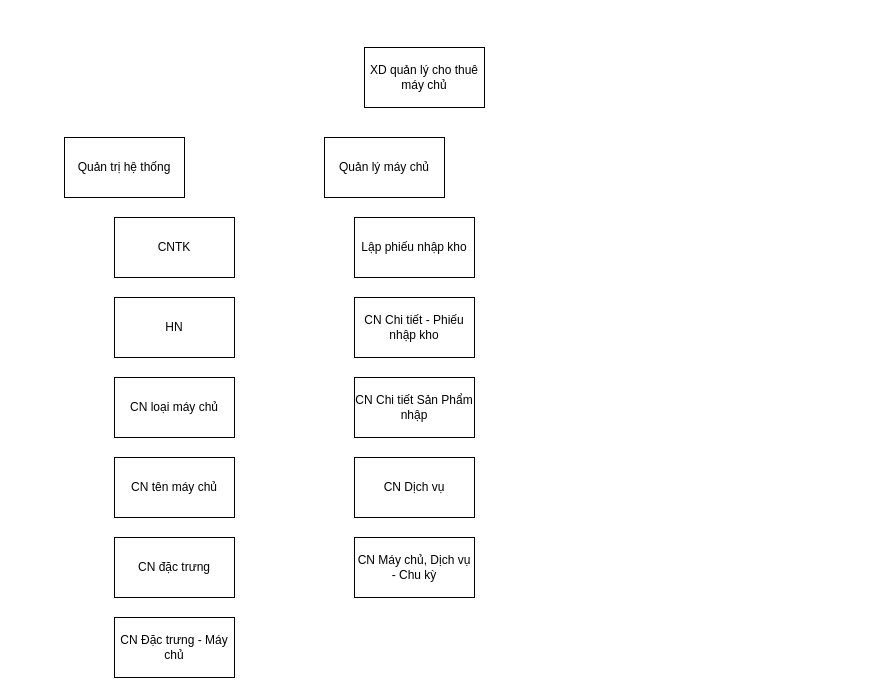
Before: XD quan ly cho thue may chu.drawio in frozenproof/dactaphanmem, a draw.io diagram. Source tidied: cells renumbered, new cells numbered last; positions are measured from the earlier drawing's top-left corner, leaving out a move shared by most shapes. Both pictures are drawn from the tidied source at 100%, with x=0, y=0 at pixel (64, 47).
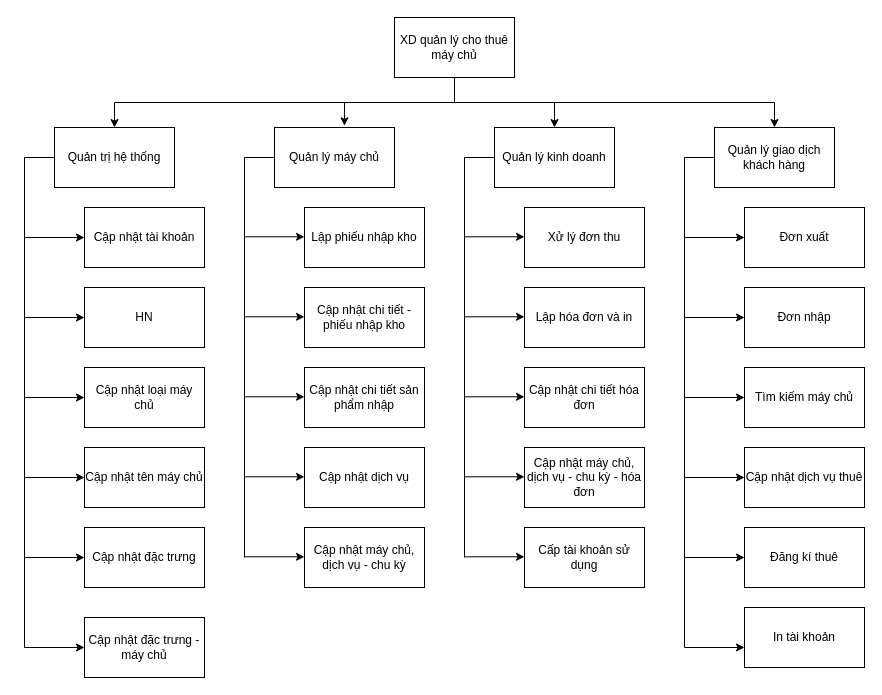
The same diagram, later.

What changed in the source:
```diff
@@
+    <mxCell id="16" style="edgeStyle=orthogonalEdgeStyle;rounded=0;jettySize=auto;html=1;entryX=0.5;entryY=0;entryDx=0;entryDy=0;" parent="1" edge="1" source="2" target="20">
+      <mxGeometry relative="1" as="geometry" />
+    </mxCell>
+    <mxCell id="17" style="edgeStyle=orthogonalEdgeStyle;rounded=0;jettySize=auto;html=1;exitX=0.5;exitY=1;exitDx=0;exitDy=0;" parent="1" edge="1" source="2" target="22">
+      <mxGeometry relative="1" as="geometry" />
+    </mxCell>
+    <mxCell id="18" style="edgeStyle=orthogonalEdgeStyle;rounded=0;jettySize=auto;html=1;exitX=0.5;exitY=1;exitDx=0;exitDy=0;" parent="1" edge="1" source="2" target="3">
+      <mxGeometry relative="1" as="geometry" />
+    </mxCell>
     <mxCell id="2" value="XD quản lý cho thuê máy chủ" style="rounded=0;whiteSpace=wrap;html=1;" parent="1" vertex="1">
-      <mxGeometry x="300" width="120" height="60" as="geometry" />
+      <mxGeometry x="330" y="-30" width="120" height="60" as="geometry" />
     </mxCell>
+    <mxCell id="19" style="edgeStyle=orthogonalEdgeStyle;rounded=0;jettySize=auto;html=1;entryX=0;entryY=0.5;entryDx=0;entryDy=0;" parent="1" edge="1" source="3" target="9">
+      <mxGeometry relative="1" as="geometry">
+        <Array as="points">
+          <mxPoint x="-40" y="110" />
+          <mxPoint x="-40" y="600" />
+        </Array>
+      </mxGeometry>
+    </mxCell>
     <mxCell id="3" value="Quản trị hệ thống" style="rounded=0;whiteSpace=wrap;html=1;" parent="1" vertex="1">
-      <mxGeometry y="90" width="120" height="60" as="geometry" />
+      <mxGeometry x="-10" y="80" width="120" height="60" as="geometry" />
     </mxCell>
-    <mxCell id="4" value="CNTK" style="rounded=0;whiteSpace=wrap;html=1;" parent="1" vertex="1">
-      <mxGeometry x="50" y="170" width="120" height="60" as="geometry" />
+    <mxCell id="4" value="Cập nhật tài khoản" style="rounded=0;whiteSpace=wrap;html=1;" parent="1" vertex="1">
+      <mxGeometry x="20" y="160" width="120" height="60" as="geometry" />
     </mxCell>
     <mxCell id="5" value="HN" style="rounded=0;whiteSpace=wrap;html=1;" parent="1" vertex="1">
-      <mxGeometry x="50" y="250" width="120" height="60" as="geometry" />
+      <mxGeometry x="20" y="240" width="120" height="60" as="geometry" />
     </mxCell>
-    <mxCell id="6" value="CN loại máy chủ" style="rounded=0;whiteSpace=wrap;html=1;" parent="1" vertex="1">
-      <mxGeometry x="50" y="330" width="120" height="60" as="geometry" />
+    <mxCell id="6" value="Cập nhật loại máy chủ" style="rounded=0;whiteSpace=wrap;html=1;" parent="1" vertex="1">
+      <mxGeometry x="20" y="320" width="120" height="60" as="geometry" />
     </mxCell>
-    <mxCell id="7" value="CN tên máy chủ" style="rounded=0;whiteSpace=wrap;html=1;" parent="1" vertex="1">
-      <mxGeometry x="50" y="410" width="120" height="60" as="geometry" />
+    <mxCell id="7" value="Cập nhật tên máy chủ" style="rounded=0;whiteSpace=wrap;html=1;" parent="1" vertex="1">
+      <mxGeometry x="20" y="400" width="120" height="60" as="geometry" />
     </mxCell>
-    <mxCell id="8" value="CN đặc trưng" style="rounded=0;whiteSpace=wrap;html=1;" parent="1" vertex="1">
-      <mxGeometry x="50" y="490" width="120" height="60" as="geometry" />
+    <mxCell id="8" value="Cập nhật đặc trưng" style="rounded=0;whiteSpace=wrap;html=1;" parent="1" vertex="1">
+      <mxGeometry x="20" y="480" width="120" height="60" as="geometry" />
     </mxCell>
-    <mxCell id="9" value="CN Đặc trưng - Máy chủ" style="rounded=0;whiteSpace=wrap;html=1;" parent="1" vertex="1">
-      <mxGeometry x="50" y="570" width="120" height="60" as="geometry" />
+    <mxCell id="9" value="Cập nhật đặc trưng - máy chủ" style="rounded=0;whiteSpace=wrap;html=1;" parent="1" vertex="1">
+      <mxGeometry x="20" y="570" width="120" height="60" as="geometry" />
     </mxCell>
     <mxCell id="10" value="Quản lý máy chủ" style="rounded=0;whiteSpace=wrap;html=1;" parent="1" vertex="1">
-      <mxGeometry x="260" y="90" width="120" height="60" as="geometry" />
+      <mxGeometry x="210" y="80" width="120" height="60" as="geometry" />
     </mxCell>
     <mxCell id="11" value="Lập phiếu nhập kho" style="rounded=0;whiteSpace=wrap;html=1;" parent="1" vertex="1">
-      <mxGeometry x="290" y="170" width="120" height="60" as="geometry" />
+      <mxGeometry x="240" y="160" width="120" height="60" as="geometry" />
     </mxCell>
-    <mxCell id="12" value="CN Chi tiết - Phiếu nhập kho" style="rounded=0;whiteSpace=wrap;html=1;" parent="1" vertex="1">
-      <mxGeometry x="290" y="250" width="120" height="60" as="geometry" />
+    <mxCell id="12" value="Cập nhật chi tiết - phiếu nhập kho" style="rounded=0;whiteSpace=wrap;html=1;" parent="1" vertex="1">
+      <mxGeometry x="240" y="240" width="120" height="60" as="geometry" />
     </mxCell>
-    <mxCell id="13" value="CN Chi tiết Sản Phẩm nhập" style="rounded=0;whiteSpace=wrap;html=1;" parent="1" vertex="1">
-      <mxGeometry x="290" y="330" width="120" height="60" as="geometry" />
+    <mxCell id="13" value="Cập nhật chi tiết sản phẩm nhập" style="rounded=0;whiteSpace=wrap;html=1;" parent="1" vertex="1">
+      <mxGeometry x="240" y="320" width="120" height="60" as="geometry" />
     </mxCell>
-    <mxCell id="14" value="CN Dịch vụ" style="rounded=0;whiteSpace=wrap;html=1;" parent="1" vertex="1">
-      <mxGeometry x="290" y="410" width="120" height="60" as="geometry" />
+    <mxCell id="14" value="Cập nhật dịch vụ" style="rounded=0;whiteSpace=wrap;html=1;" parent="1" vertex="1">
+      <mxGeometry x="240" y="400" width="120" height="60" as="geometry" />
     </mxCell>
-    <mxCell id="15" value="CN Máy chủ, Dịch vụ - Chu kỳ" style="rounded=0;whiteSpace=wrap;html=1;" parent="1" vertex="1">
-      <mxGeometry x="290" y="490" width="120" height="60" as="geometry" />
+    <mxCell id="15" value="Cập nhật máy chủ, dịch vụ - chu kỳ" style="rounded=0;whiteSpace=wrap;html=1;" parent="1" vertex="1">
+      <mxGeometry x="240" y="480" width="120" height="60" as="geometry" />
     </mxCell>
+    <mxCell id="20" value="Quản lý kinh doanh" style="rounded=0;whiteSpace=wrap;html=1;" parent="1" vertex="1">
+      <mxGeometry x="430" y="80" width="120" height="60" as="geometry" />
+    </mxCell>
+    <mxCell id="21" value="Xử lý đơn thu" style="rounded=0;whiteSpace=wrap;html=1;" parent="1" vertex="1">
+      <mxGeometry x="460" y="160" width="120" height="60" as="geometry" />
+    </mxCell>
+    <mxCell id="22" value="Quản lý giao dịch khách hàng" style="rounded=0;whiteSpace=wrap;html=1;" parent="1" vertex="1">
+      <mxGeometry x="650" y="80" width="120" height="60" as="geometry" />
+    </mxCell>
+    <mxCell id="23" value="Đơn xuất" style="rounded=0;whiteSpace=wrap;html=1;" parent="1" vertex="1">
+      <mxGeometry x="680" y="160" width="120" height="60" as="geometry" />
+    </mxCell>
+    <mxCell id="24" value="Đơn nhập" style="rounded=0;whiteSpace=wrap;html=1;" parent="1" vertex="1">
+      <mxGeometry x="680" y="240" width="120" height="60" as="geometry" />
+    </mxCell>
+    <mxCell id="25" value="Tìm kiếm máy chủ" style="rounded=0;whiteSpace=wrap;html=1;" parent="1" vertex="1">
+      <mxGeometry x="680" y="320" width="120" height="60" as="geometry" />
+    </mxCell>
+    <mxCell id="26" value="Cập nhật dịch vụ thuê" style="rounded=0;whiteSpace=wrap;html=1;" parent="1" vertex="1">
+      <mxGeometry x="680" y="400" width="120" height="60" as="geometry" />
+    </mxCell>
+    <mxCell id="27" value="Đăng kí thuê" style="rounded=0;whiteSpace=wrap;html=1;" parent="1" vertex="1">
+      <mxGeometry x="680" y="480" width="120" height="60" as="geometry" />
+    </mxCell>
+    <mxCell id="28" value="In tài khoản" style="rounded=0;whiteSpace=wrap;html=1;" parent="1" vertex="1">
+      <mxGeometry x="680" y="560" width="120" height="60" as="geometry" />
+    </mxCell>
+    <mxCell id="29" value="Lập hóa đơn và in" style="rounded=0;whiteSpace=wrap;html=1;" parent="1" vertex="1">
+      <mxGeometry x="460" y="240" width="120" height="60" as="geometry" />
+    </mxCell>
+    <mxCell id="30" value="Cập nhật chi tiết hóa đơn" style="rounded=0;whiteSpace=wrap;html=1;" parent="1" vertex="1">
+      <mxGeometry x="460" y="320" width="120" height="60" as="geometry" />
+    </mxCell>
+    <mxCell id="31" value="Cập nhật máy chủ, dịch vụ - chu kỳ - hóa đơn" style="rounded=0;whiteSpace=wrap;html=1;" parent="1" vertex="1">
+      <mxGeometry x="460" y="400" width="120" height="60" as="geometry" />
+    </mxCell>
+    <mxCell id="32" value="Cấp tài khoản sử dụng" style="rounded=0;whiteSpace=wrap;html=1;" parent="1" vertex="1">
+      <mxGeometry x="460" y="480" width="120" height="60" as="geometry" />
+    </mxCell>
+    <mxCell id="33" style="edgeStyle=orthogonalEdgeStyle;rounded=0;jettySize=auto;html=1;entryX=0.583;entryY=-0.029;entryDx=0;entryDy=0;entryPerimeter=0;" parent="1" edge="1" source="2" target="10">
+      <mxGeometry relative="1" as="geometry" />
+    </mxCell>
+    <mxCell id="34" style="endArrow=classic;html=1;rounded=0;entryX=0;entryY=0.5;entryDx=0;entryDy=0;" parent="1" edge="1" target="4">
+      <mxGeometry relative="1" as="geometry">
+        <mxPoint x="-40" y="190" as="sourcePoint" />
+      </mxGeometry>
+    </mxCell>
+    <mxCell id="35" style="endArrow=classic;html=1;rounded=0;" parent="1" edge="1">
+      <mxGeometry relative="1" as="geometry">
+        <mxPoint x="-40" y="270" as="sourcePoint" />
+        <mxPoint x="20" y="270" as="targetPoint" />
+      </mxGeometry>
+    </mxCell>
+    <mxCell id="36" style="endArrow=classic;html=1;rounded=0;entryX=0;entryY=0.5;entryDx=0;entryDy=0;" parent="1" edge="1" target="6">
+      <mxGeometry relative="1" as="geometry">
+        <mxPoint x="-40" y="350" as="sourcePoint" />
+      </mxGeometry>
+    </mxCell>
+    <mxCell id="37" style="endArrow=classic;html=1;rounded=0;entryX=0;entryY=0.5;entryDx=0;entryDy=0;" parent="1" edge="1" target="7">
+      <mxGeometry relative="1" as="geometry">
+        <mxPoint x="-40" y="430" as="sourcePoint" />
+      </mxGeometry>
+    </mxCell>
+    <mxCell id="38" style="endArrow=classic;html=1;rounded=0;" parent="1" edge="1">
+      <mxGeometry relative="1" as="geometry">
+        <mxPoint x="-40" y="510" as="sourcePoint" />
+        <mxPoint x="20" y="510" as="targetPoint" />
+      </mxGeometry>
+    </mxCell>
+    <mxCell id="39" style="endArrow=classic;html=1;rounded=0;entryX=0;entryY=0.5;entryDx=0;entryDy=0;" parent="1" edge="1">
+      <mxGeometry relative="1" as="geometry">
+        <mxPoint x="180" y="189.3" as="sourcePoint" />
+        <mxPoint x="240" y="189.3" as="targetPoint" />
+      </mxGeometry>
+    </mxCell>
+    <mxCell id="40" style="endArrow=classic;html=1;rounded=0;" parent="1" edge="1">
+      <mxGeometry relative="1" as="geometry">
+        <mxPoint x="180" y="269.3" as="sourcePoint" />
+        <mxPoint x="240" y="269.3" as="targetPoint" />
+      </mxGeometry>
+    </mxCell>
+    <mxCell id="41" style="endArrow=classic;html=1;rounded=0;entryX=0;entryY=0.5;entryDx=0;entryDy=0;" parent="1" edge="1">
+      <mxGeometry relative="1" as="geometry">
+        <mxPoint x="180" y="349.3" as="sourcePoint" />
+        <mxPoint x="240" y="349.3" as="targetPoint" />
+      </mxGeometry>
+    </mxCell>
+    <mxCell id="42" style="endArrow=classic;html=1;rounded=0;entryX=0;entryY=0.5;entryDx=0;entryDy=0;" parent="1" edge="1">
+      <mxGeometry relative="1" as="geometry">
+        <mxPoint x="180" y="429.3" as="sourcePoint" />
+        <mxPoint x="240" y="429.3" as="targetPoint" />
+      </mxGeometry>
+    </mxCell>
+    <mxCell id="43" style="endArrow=classic;html=1;rounded=0;" parent="1" edge="1">
+      <mxGeometry relative="1" as="geometry">
+        <mxPoint x="180" y="509.3" as="sourcePoint" />
+        <mxPoint x="240" y="509.3" as="targetPoint" />
+      </mxGeometry>
+    </mxCell>
+    <mxCell id="44" style="endArrow=none;html=1;rounded=0;" parent="1" edge="1">
+      <mxGeometry relative="1" as="geometry">
+        <mxPoint x="180" y="510" as="sourcePoint" />
+        <mxPoint x="210" y="110" as="targetPoint" />
+        <Array as="points">
+          <mxPoint x="180" y="110" />
+        </Array>
+      </mxGeometry>
+    </mxCell>
+    <mxCell id="45" style="endArrow=classic;html=1;rounded=0;entryX=0;entryY=0.5;entryDx=0;entryDy=0;" parent="1" edge="1">
+      <mxGeometry relative="1" as="geometry">
+        <mxPoint x="400" y="189.3" as="sourcePoint" />
+        <mxPoint x="460" y="189.3" as="targetPoint" />
+      </mxGeometry>
+    </mxCell>
+    <mxCell id="46" style="endArrow=classic;html=1;rounded=0;" parent="1" edge="1">
+      <mxGeometry relative="1" as="geometry">
+        <mxPoint x="400" y="269.3" as="sourcePoint" />
+        <mxPoint x="460" y="269.3" as="targetPoint" />
+      </mxGeometry>
+    </mxCell>
+    <mxCell id="47" style="endArrow=classic;html=1;rounded=0;entryX=0;entryY=0.5;entryDx=0;entryDy=0;" parent="1" edge="1">
+      <mxGeometry relative="1" as="geometry">
+        <mxPoint x="400" y="349.3" as="sourcePoint" />
+        <mxPoint x="460" y="349.3" as="targetPoint" />
+      </mxGeometry>
+    </mxCell>
+    <mxCell id="48" style="endArrow=classic;html=1;rounded=0;entryX=0;entryY=0.5;entryDx=0;entryDy=0;" parent="1" edge="1">
+      <mxGeometry relative="1" as="geometry">
+        <mxPoint x="400" y="429.3" as="sourcePoint" />
+        <mxPoint x="460" y="429.3" as="targetPoint" />
+      </mxGeometry>
+    </mxCell>
+    <mxCell id="49" style="endArrow=classic;html=1;rounded=0;" parent="1" edge="1">
+      <mxGeometry relative="1" as="geometry">
+        <mxPoint x="400" y="509.3" as="sourcePoint" />
+        <mxPoint x="460" y="509.3" as="targetPoint" />
+      </mxGeometry>
+    </mxCell>
+    <mxCell id="50" style="endArrow=none;html=1;rounded=0;" parent="1" edge="1">
+      <mxGeometry relative="1" as="geometry">
+        <mxPoint x="400" y="510" as="sourcePoint" />
+        <mxPoint x="430" y="110" as="targetPoint" />
+        <Array as="points">
+          <mxPoint x="400" y="110" />
+        </Array>
+      </mxGeometry>
+    </mxCell>
+    <mxCell id="51" style="edgeStyle=orthogonalEdgeStyle;rounded=0;orthogonalLoop=1;jettySize=auto;html=1;entryX=0;entryY=0.5;entryDx=0;entryDy=0;" parent="1" edge="1">
+      <mxGeometry relative="1" as="geometry">
+        <mxPoint x="650" y="110" as="sourcePoint" />
+        <mxPoint x="680" y="600" as="targetPoint" />
+        <Array as="points">
+          <mxPoint x="620" y="110" />
+          <mxPoint x="620" y="600" />
+        </Array>
+      </mxGeometry>
+    </mxCell>
+    <mxCell id="52" style="endArrow=classic;html=1;rounded=0;entryX=0;entryY=0.5;entryDx=0;entryDy=0;" parent="1" edge="1">
+      <mxGeometry relative="1" as="geometry">
+        <mxPoint x="620" y="190" as="sourcePoint" />
+        <mxPoint x="680" y="190" as="targetPoint" />
+      </mxGeometry>
+    </mxCell>
+    <mxCell id="53" style="endArrow=classic;html=1;rounded=0;" parent="1" edge="1">
+      <mxGeometry relative="1" as="geometry">
+        <mxPoint x="620" y="270" as="sourcePoint" />
+        <mxPoint x="680" y="270" as="targetPoint" />
+      </mxGeometry>
+    </mxCell>
+    <mxCell id="54" style="endArrow=classic;html=1;rounded=0;entryX=0;entryY=0.5;entryDx=0;entryDy=0;" parent="1" edge="1">
+      <mxGeometry relative="1" as="geometry">
+        <mxPoint x="620" y="350" as="sourcePoint" />
+        <mxPoint x="680" y="350" as="targetPoint" />
+      </mxGeometry>
+    </mxCell>
+    <mxCell id="55" style="endArrow=classic;html=1;rounded=0;entryX=0;entryY=0.5;entryDx=0;entryDy=0;" parent="1" edge="1">
+      <mxGeometry relative="1" as="geometry">
+        <mxPoint x="620" y="430" as="sourcePoint" />
+        <mxPoint x="680" y="430" as="targetPoint" />
+      </mxGeometry>
+    </mxCell>
+    <mxCell id="56" style="endArrow=classic;html=1;rounded=0;" parent="1" edge="1">
+      <mxGeometry relative="1" as="geometry">
+        <mxPoint x="620" y="510" as="sourcePoint" />
+        <mxPoint x="680" y="510" as="targetPoint" />
+      </mxGeometry>
+    </mxCell>
```
